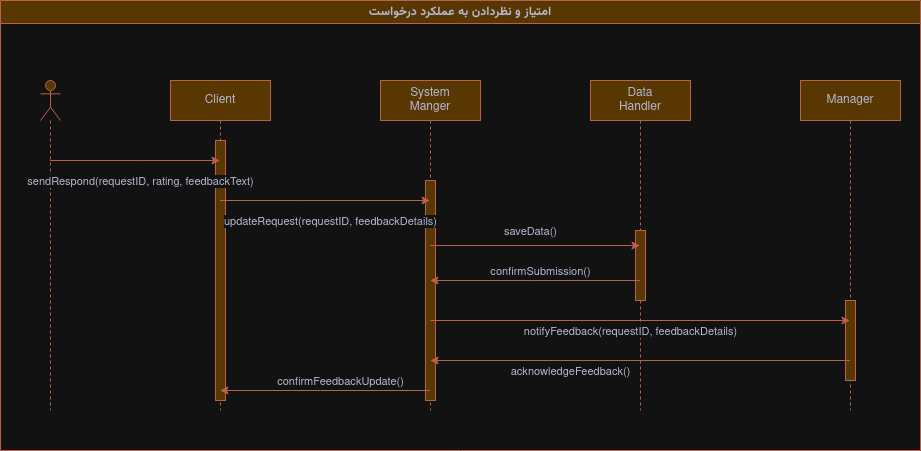
Above: Diagrams and Documents/ph4/Sequence Diagrams/C1/feedBackRequestSeq.png in amir-Khodaverdi/The-Penguin-Project (draw.io), before the change. Source tidied: cells renumbered, new cells last; positions are measured from the earlier drawing's top-left corner, leaving out a move shared by most shapes.
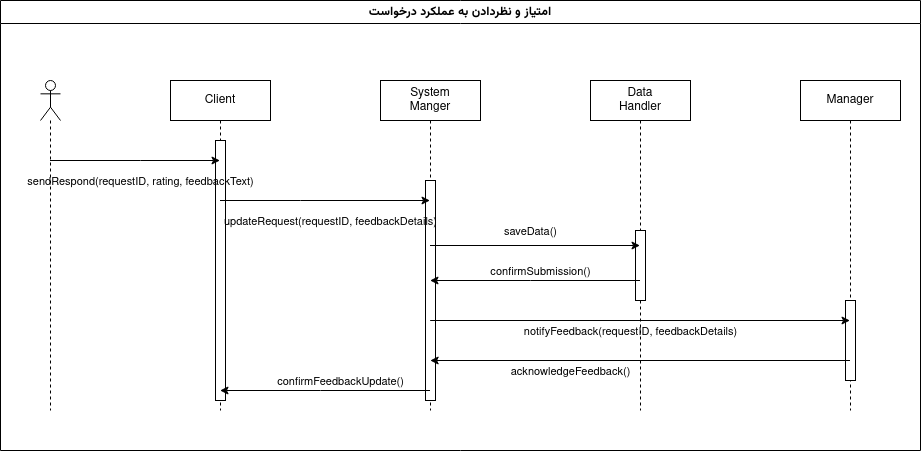
After the commit.

The edit, as a diff of the source:
```diff
@@ -2,110 +2,110 @@
   <root>
     <mxCell id="0" />
     <mxCell id="1" parent="0" />
-    <mxCell id="2" value="Client" style="shape=umlLifeline;perimeter=lifelinePerimeter;whiteSpace=wrap;html=1;outlineConnect=0;portConstraint=eastwest;newEdgeStyle={&quot;edgeStyle&quot;:&quot;elbowEdgeStyle&quot;,&quot;elbow&quot;:&quot;vertical&quot;,&quot;curved&quot;:0,&quot;rounded&quot;:0};labelBackgroundColor=none;fillColor=#F2CC8F;strokeColor=#E07A5F;fontColor=#393C56;" parent="1" vertex="1">
+    <mxCell id="2" value="Client" style="shape=umlLifeline;perimeter=lifelinePerimeter;whiteSpace=wrap;html=1;outlineConnect=0;portConstraint=eastwest;newEdgeStyle={&quot;edgeStyle&quot;:&quot;elbowEdgeStyle&quot;,&quot;elbow&quot;:&quot;vertical&quot;,&quot;curved&quot;:0,&quot;rounded&quot;:0};labelBackgroundColor=none;" parent="1" vertex="1">
       <mxGeometry x="170" y="80" width="100" height="330" as="geometry" />
     </mxCell>
-    <mxCell id="3" style="html=1;perimeter=orthogonalPerimeter;targetShapes=umlLifeline;newEdgeStyle={&quot;curved&quot;:0,&quot;rounded&quot;:0};strokeColor=#E07A5F;fontColor=#393C56;fillColor=#F2CC8F;" parent="2" vertex="1">
+    <mxCell id="3" style="html=1;perimeter=orthogonalPerimeter;targetShapes=umlLifeline;newEdgeStyle={&quot;curved&quot;:0,&quot;rounded&quot;:0};labelBackgroundColor=none;" parent="2" vertex="1">
       <mxGeometry x="45" y="60" width="10" height="260" as="geometry" />
     </mxCell>
-    <mxCell id="4" style="shape=umlLifeline;perimeter=lifelinePerimeter;whiteSpace=wrap;html=1;outlineConnect=0;portConstraint=eastwest;newEdgeStyle={&quot;curved&quot;:0,&quot;rounded&quot;:0};participant=umlActor;labelBackgroundColor=none;fillColor=#F2CC8F;strokeColor=#E07A5F;fontColor=#393C56;" parent="1" vertex="1">
+    <mxCell id="4" style="shape=umlLifeline;perimeter=lifelinePerimeter;whiteSpace=wrap;html=1;outlineConnect=0;portConstraint=eastwest;newEdgeStyle={&quot;curved&quot;:0,&quot;rounded&quot;:0};participant=umlActor;labelBackgroundColor=none;" parent="1" vertex="1">
       <mxGeometry x="40" y="80" width="20" height="330" as="geometry" />
     </mxCell>
-    <mxCell id="5" value="&lt;div&gt;System&lt;/div&gt;&lt;div&gt;Manger&lt;br&gt;&lt;/div&gt;" style="shape=umlLifeline;perimeter=lifelinePerimeter;whiteSpace=wrap;html=1;outlineConnect=0;portConstraint=eastwest;newEdgeStyle={&quot;edgeStyle&quot;:&quot;elbowEdgeStyle&quot;,&quot;elbow&quot;:&quot;vertical&quot;,&quot;curved&quot;:0,&quot;rounded&quot;:0};labelBackgroundColor=none;fillColor=#F2CC8F;strokeColor=#E07A5F;fontColor=#393C56;" parent="1" vertex="1">
+    <mxCell id="5" value="&lt;div&gt;System&lt;/div&gt;&lt;div&gt;Manger&lt;br&gt;&lt;/div&gt;" style="shape=umlLifeline;perimeter=lifelinePerimeter;whiteSpace=wrap;html=1;outlineConnect=0;portConstraint=eastwest;newEdgeStyle={&quot;edgeStyle&quot;:&quot;elbowEdgeStyle&quot;,&quot;elbow&quot;:&quot;vertical&quot;,&quot;curved&quot;:0,&quot;rounded&quot;:0};labelBackgroundColor=none;" parent="1" vertex="1">
       <mxGeometry x="380" y="80" width="100" height="330" as="geometry" />
     </mxCell>
-    <mxCell id="6" style="html=1;perimeter=orthogonalPerimeter;targetShapes=umlLifeline;newEdgeStyle={&quot;curved&quot;:0,&quot;rounded&quot;:0};strokeColor=#E07A5F;fontColor=#393C56;fillColor=#F2CC8F;" parent="5" vertex="1">
+    <mxCell id="6" style="html=1;perimeter=orthogonalPerimeter;targetShapes=umlLifeline;newEdgeStyle={&quot;curved&quot;:0,&quot;rounded&quot;:0};labelBackgroundColor=none;" parent="5" vertex="1">
       <mxGeometry x="45" y="100" width="10" height="220" as="geometry" />
     </mxCell>
-    <mxCell id="7" value="&lt;div&gt;Data&lt;/div&gt;&lt;div&gt;Handler&lt;br&gt;&lt;/div&gt;" style="shape=umlLifeline;perimeter=lifelinePerimeter;whiteSpace=wrap;html=1;outlineConnect=0;portConstraint=eastwest;newEdgeStyle={&quot;edgeStyle&quot;:&quot;elbowEdgeStyle&quot;,&quot;elbow&quot;:&quot;vertical&quot;,&quot;curved&quot;:0,&quot;rounded&quot;:0};labelBackgroundColor=none;fillColor=#F2CC8F;strokeColor=#E07A5F;fontColor=#393C56;" parent="1" vertex="1">
+    <mxCell id="7" value="&lt;div&gt;Data&lt;/div&gt;&lt;div&gt;Handler&lt;br&gt;&lt;/div&gt;" style="shape=umlLifeline;perimeter=lifelinePerimeter;whiteSpace=wrap;html=1;outlineConnect=0;portConstraint=eastwest;newEdgeStyle={&quot;edgeStyle&quot;:&quot;elbowEdgeStyle&quot;,&quot;elbow&quot;:&quot;vertical&quot;,&quot;curved&quot;:0,&quot;rounded&quot;:0};labelBackgroundColor=none;" parent="1" vertex="1">
       <mxGeometry x="590" y="80" width="100" height="330" as="geometry" />
     </mxCell>
-    <mxCell id="8" style="html=1;perimeter=orthogonalPerimeter;targetShapes=umlLifeline;newEdgeStyle={&quot;curved&quot;:0,&quot;rounded&quot;:0};strokeColor=#E07A5F;fontColor=#393C56;fillColor=#F2CC8F;" parent="7" vertex="1">
+    <mxCell id="8" style="html=1;perimeter=orthogonalPerimeter;targetShapes=umlLifeline;newEdgeStyle={&quot;curved&quot;:0,&quot;rounded&quot;:0};labelBackgroundColor=none;" parent="7" vertex="1">
       <mxGeometry x="45" y="150" width="10" height="70" as="geometry" />
     </mxCell>
-    <mxCell id="9" value="&lt;font face=&quot;Vazirmatn&quot;&gt;امتیاز و نظردادن به عملکرد درخواست&lt;/font&gt;" style="swimlane;whiteSpace=wrap;html=1;labelBackgroundColor=none;fillColor=#F2CC8F;strokeColor=#E07A5F;fontColor=#393C56;" parent="1" vertex="1">
+    <mxCell id="9" value="&lt;font face=&quot;Vazirmatn&quot;&gt;امتیاز و نظردادن به عملکرد درخواست&lt;/font&gt;" style="swimlane;whiteSpace=wrap;html=1;labelBackgroundColor=none;" parent="1" vertex="1">
       <mxGeometry width="920" height="450" as="geometry" />
     </mxCell>
-    <mxCell id="10" value="Manager" style="shape=umlLifeline;perimeter=lifelinePerimeter;whiteSpace=wrap;html=1;newEdgeStyle={&quot;edgeStyle&quot;:&quot;elbowEdgeStyle&quot;,&quot;elbow&quot;:&quot;vertical&quot;,&quot;curved&quot;:0,&quot;rounded&quot;:0};labelBackgroundColor=none;fillColor=#F2CC8F;strokeColor=#E07A5F;fontColor=#393C56;" parent="9" vertex="1">
+    <mxCell id="10" value="Manager" style="shape=umlLifeline;perimeter=lifelinePerimeter;whiteSpace=wrap;html=1;newEdgeStyle={&quot;edgeStyle&quot;:&quot;elbowEdgeStyle&quot;,&quot;elbow&quot;:&quot;vertical&quot;,&quot;curved&quot;:0,&quot;rounded&quot;:0};labelBackgroundColor=none;" parent="9" vertex="1">
       <mxGeometry x="800" y="80" width="100" height="330" as="geometry" />
     </mxCell>
-    <mxCell id="11" style="html=1;perimeter=orthogonalPerimeter;targetShapes=umlLifeline;newEdgeStyle={&quot;curved&quot;:0,&quot;rounded&quot;:0};strokeColor=#E07A5F;fontColor=#393C56;fillColor=#F2CC8F;" parent="10" vertex="1">
+    <mxCell id="11" style="html=1;perimeter=orthogonalPerimeter;targetShapes=umlLifeline;newEdgeStyle={&quot;curved&quot;:0,&quot;rounded&quot;:0};labelBackgroundColor=none;" parent="10" vertex="1">
       <mxGeometry x="45" y="220" width="10" height="80" as="geometry" />
     </mxCell>
-    <mxCell id="12" style="endArrow=classic;html=1;rounded=0;strokeColor=#E07A5F;fontColor=#393C56;fillColor=#F2CC8F;" parent="9" edge="1" source="5" target="7">
+    <mxCell id="12" style="endArrow=classic;html=1;rounded=0;fontColor=default;labelBackgroundColor=none;" parent="9" edge="1" source="5" target="7">
       <mxGeometry relative="1" as="geometry" />
     </mxCell>
-    <mxCell id="13" value="saveData()" style="edgeLabel;html=1;align=center;verticalAlign=middle;strokeColor=#E07A5F;fontColor=#393C56;fillColor=#F2CC8F;" parent="12" vertex="1">
+    <mxCell id="13" value="saveData()" style="edgeLabel;html=1;align=center;verticalAlign=middle;labelBackgroundColor=none;" parent="12" vertex="1">
       <mxGeometry x="0.39" y="3" relative="1" as="geometry">
         <mxPoint x="-45" y="-12" as="offset" />
       </mxGeometry>
     </mxCell>
-    <mxCell id="14" style="endArrow=classic;html=1;rounded=0;strokeColor=#E07A5F;fontColor=#393C56;fillColor=#F2CC8F;" parent="9" edge="1">
+    <mxCell id="14" style="endArrow=classic;html=1;rounded=0;fontColor=default;labelBackgroundColor=none;" parent="9" edge="1">
       <mxGeometry relative="1" as="geometry">
         <mxPoint x="429.7" y="320" as="sourcePoint" />
         <mxPoint x="849.5" y="320" as="targetPoint" />
       </mxGeometry>
     </mxCell>
-    <mxCell id="15" value="notifyFeedback(requestID, feedbackDetails)" style="edgeLabel;html=1;align=center;verticalAlign=middle;strokeColor=#E07A5F;fontColor=#393C56;fillColor=#F2CC8F;" parent="14" vertex="1">
+    <mxCell id="15" value="notifyFeedback(requestID, feedbackDetails)" style="edgeLabel;html=1;align=center;verticalAlign=middle;labelBackgroundColor=none;" parent="14" vertex="1">
       <mxGeometry x="0.37" y="-1" relative="1" as="geometry">
         <mxPoint x="-87" y="9" as="offset" />
       </mxGeometry>
     </mxCell>
-    <mxCell id="16" style="endArrow=classic;html=1;rounded=0;strokeColor=#E07A5F;fontColor=#393C56;fillColor=#F2CC8F;" parent="9" edge="1">
+    <mxCell id="16" style="endArrow=classic;html=1;rounded=0;fontColor=default;labelBackgroundColor=none;" parent="9" edge="1">
       <mxGeometry relative="1" as="geometry">
         <mxPoint x="849.5" y="360" as="sourcePoint" />
         <mxPoint x="429.7" y="360" as="targetPoint" />
       </mxGeometry>
     </mxCell>
-    <mxCell id="17" value="acknowledgeFeedback()" style="edgeLabel;html=1;align=center;verticalAlign=middle;strokeColor=#E07A5F;fontColor=#393C56;fillColor=#F2CC8F;" parent="16" vertex="1">
+    <mxCell id="17" value="acknowledgeFeedback()" style="edgeLabel;html=1;align=center;verticalAlign=middle;labelBackgroundColor=none;" parent="16" vertex="1">
       <mxGeometry x="-0.61" y="1" relative="1" as="geometry">
         <mxPoint x="-198" y="9" as="offset" />
       </mxGeometry>
     </mxCell>
-    <mxCell id="18" style="endArrow=classic;html=1;rounded=0;strokeColor=#E07A5F;fontColor=#393C56;fillColor=#F2CC8F;" parent="1" edge="1" source="4" target="2">
+    <mxCell id="18" style="endArrow=classic;html=1;rounded=0;fontColor=default;labelBackgroundColor=none;" parent="1" edge="1" source="4" target="2">
       <mxGeometry relative="1" as="geometry">
         <Array as="points">
           <mxPoint x="140" y="160" />
         </Array>
       </mxGeometry>
     </mxCell>
-    <mxCell id="19" value="sendRespond(requestID, rating, feedbackText)" style="edgeLabel;html=1;align=center;verticalAlign=middle;strokeColor=#E07A5F;fontColor=#393C56;fillColor=#F2CC8F;" parent="18" vertex="1">
+    <mxCell id="19" value="sendRespond(requestID, rating, feedbackText)" style="edgeLabel;html=1;align=center;verticalAlign=middle;labelBackgroundColor=none;" parent="18" vertex="1">
       <mxGeometry x="0.31" y="1" relative="1" as="geometry">
         <mxPoint x="-21" y="21" as="offset" />
       </mxGeometry>
     </mxCell>
-    <mxCell id="20" style="endArrow=classic;html=1;rounded=0;strokeColor=#E07A5F;fontColor=#393C56;fillColor=#F2CC8F;" parent="1" edge="1" source="2" target="5">
+    <mxCell id="20" style="endArrow=classic;html=1;rounded=0;fontColor=default;labelBackgroundColor=none;" parent="1" edge="1" source="2" target="5">
       <mxGeometry relative="1" as="geometry">
         <Array as="points">
           <mxPoint x="300" y="200" />
         </Array>
       </mxGeometry>
     </mxCell>
-    <mxCell id="21" value="updateRequest(requestID, feedbackDetails)" style="edgeLabel;html=1;align=center;verticalAlign=middle;strokeColor=#E07A5F;fontColor=#393C56;fillColor=#F2CC8F;" parent="20" vertex="1">
+    <mxCell id="21" value="updateRequest(requestID, feedbackDetails)" style="edgeLabel;html=1;align=center;verticalAlign=middle;labelBackgroundColor=none;" parent="20" vertex="1">
       <mxGeometry x="0.04" relative="1" as="geometry">
         <mxPoint y="20" as="offset" />
       </mxGeometry>
     </mxCell>
-    <mxCell id="22" style="endArrow=classic;html=1;rounded=0;strokeColor=#E07A5F;fontColor=#393C56;fillColor=#F2CC8F;" parent="1" edge="1" source="7" target="5">
+    <mxCell id="22" style="endArrow=classic;html=1;rounded=0;fontColor=default;labelBackgroundColor=none;" parent="1" edge="1" source="7" target="5">
       <mxGeometry relative="1" as="geometry">
         <Array as="points">
           <mxPoint x="530" y="280" />
         </Array>
       </mxGeometry>
     </mxCell>
-    <mxCell id="23" value="confirmSubmission()" style="edgeLabel;html=1;align=center;verticalAlign=middle;strokeColor=#E07A5F;fontColor=#393C56;fillColor=#F2CC8F;" parent="22" vertex="1">
+    <mxCell id="23" value="confirmSubmission()" style="edgeLabel;html=1;align=center;verticalAlign=middle;labelBackgroundColor=none;" parent="22" vertex="1">
       <mxGeometry x="-0.13" relative="1" as="geometry">
         <mxPoint x="-8" y="-10" as="offset" />
       </mxGeometry>
     </mxCell>
-    <mxCell id="24" style="endArrow=classic;html=1;rounded=0;strokeColor=#E07A5F;fontColor=#393C56;fillColor=#F2CC8F;" parent="1" edge="1" source="5" target="2">
+    <mxCell id="24" style="endArrow=classic;html=1;rounded=0;fontColor=default;labelBackgroundColor=none;" parent="1" edge="1" source="5" target="2">
       <mxGeometry relative="1" as="geometry">
         <Array as="points">
           <mxPoint x="320" y="390" />
         </Array>
       </mxGeometry>
     </mxCell>
-    <mxCell id="25" value="confirmFeedbackUpdate()" style="edgeLabel;html=1;align=center;verticalAlign=middle;strokeColor=#E07A5F;fontColor=#393C56;fillColor=#F2CC8F;" parent="24" vertex="1">
+    <mxCell id="25" value="confirmFeedbackUpdate()" style="edgeLabel;html=1;align=center;verticalAlign=middle;labelBackgroundColor=none;" parent="24" vertex="1">
       <mxGeometry x="-0.36" y="-1" relative="1" as="geometry">
         <mxPoint x="-22" y="-9" as="offset" />
       </mxGeometry>
```
